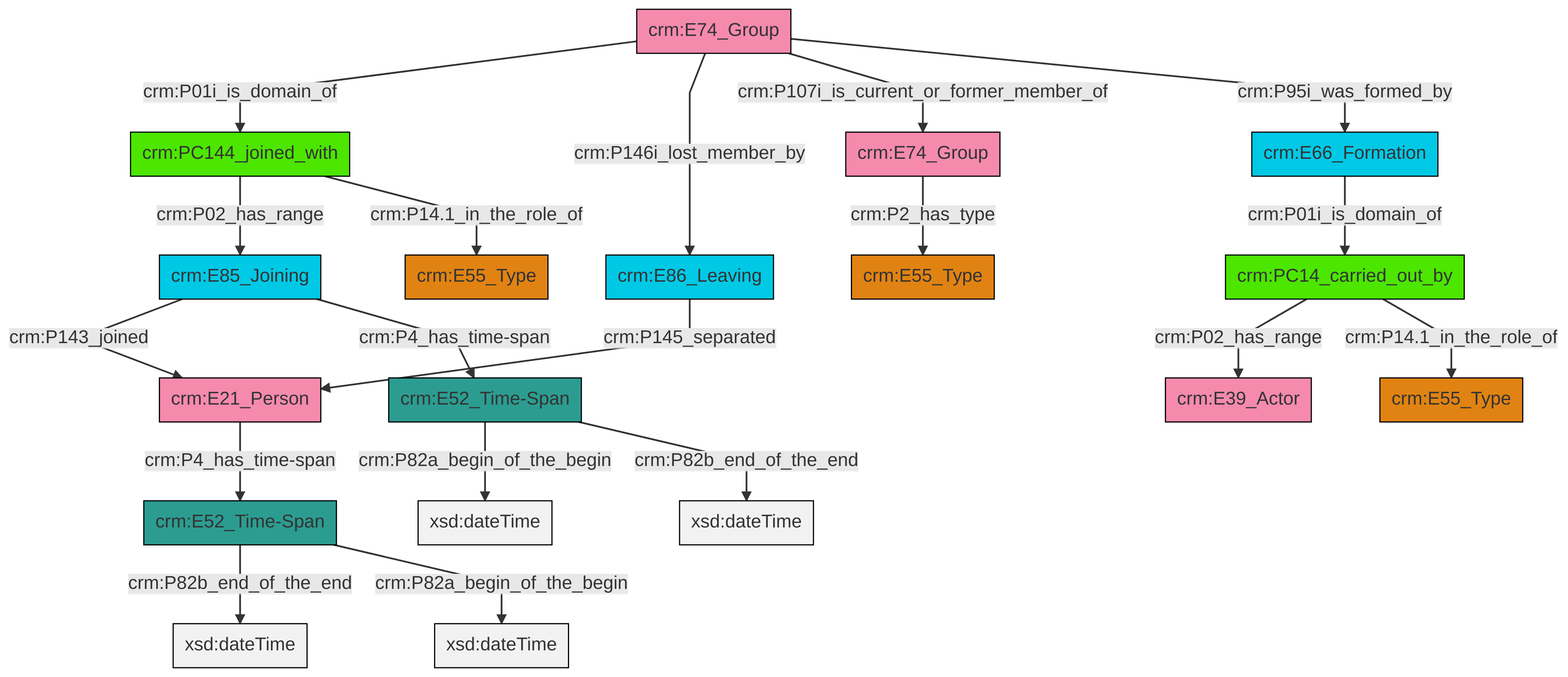
The Mermaid diagram et/groupCSV/ttl/mmd/png/group_actor_relations.png in swiss-art-research-net/docs.swissartresearch, before a commit. Its source is kept beside it as et/groupCSV/ttl/mmd/group_actor_relations.ttl.mmd.
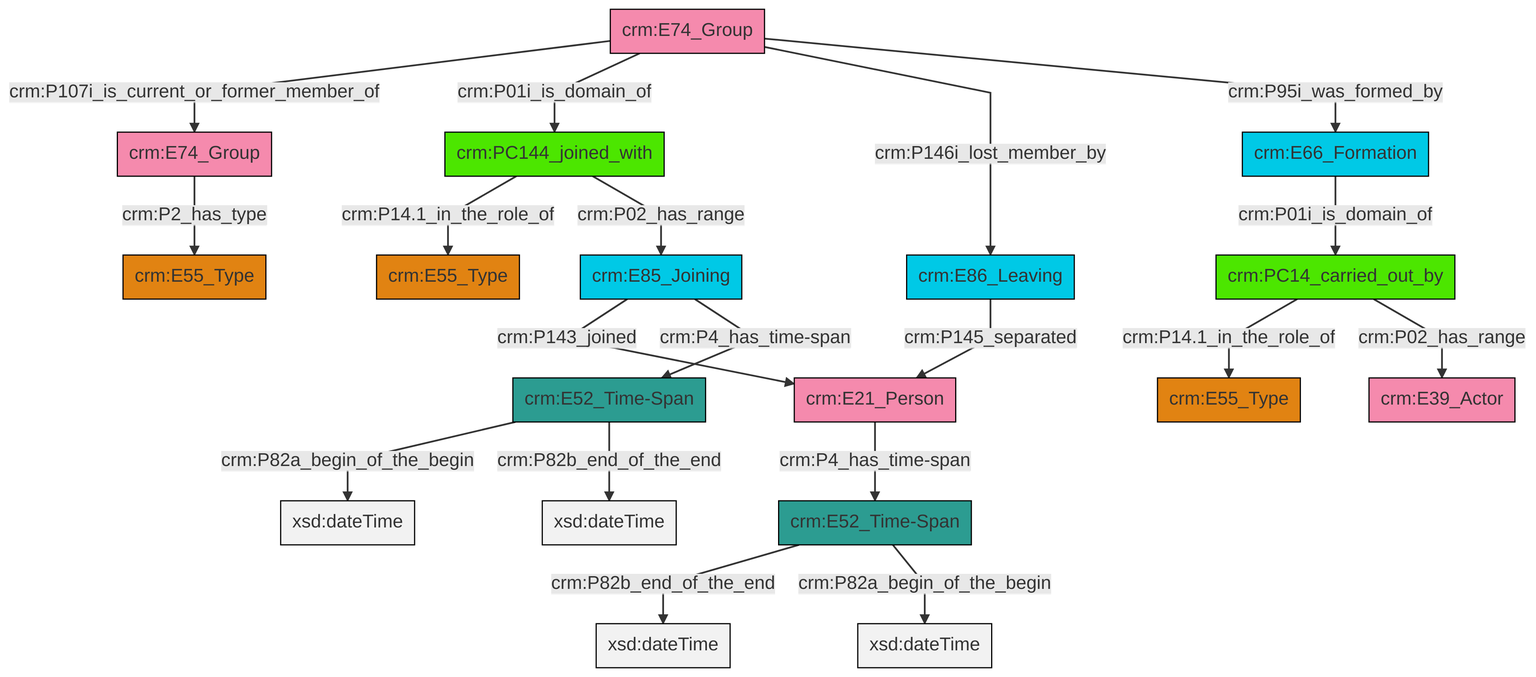
The same diagram one commit later.

The edit, as a diff of the source:
```diff
@@ -13,21 +13,21 @@
 classDef PC_Classes fill:#4ce600, stroke:#000000;
 classDef Multi fill:#cccccc,stroke:#000000;
 
-4["crm:E85_Joining"]:::Temporal_Entity -->|crm:P143_joined| 5["crm:E21_Person"]:::Actor
-6["crm:PC14_carried_out_by"]:::PC_Classes -->|crm:P02_has_range| 7["crm:E39_Actor"]:::Actor
-16["crm:E66_Formation"]:::Temporal_Entity -->|crm:P01i_is_domain_of| 6["crm:PC14_carried_out_by"]:::PC_Classes
-6["crm:PC14_carried_out_by"]:::PC_Classes -->|crm:P14.1_in_the_role_of| 17["crm:E55_Type"]:::Type
-18["crm:E52_Time-Span"]:::Time-Span -->|crm:P82a_begin_of_the_begin| 20[xsd:dateTime]:::Literal
-10["crm:E52_Time-Span"]:::Time-Span -->|crm:P82b_end_of_the_end| 21[xsd:dateTime]:::Literal
-2["crm:E86_Leaving"]:::Temporal_Entity -->|crm:P145_separated| 5["crm:E21_Person"]:::Actor
-18["crm:E52_Time-Span"]:::Time-Span -->|crm:P82b_end_of_the_end| 23[xsd:dateTime]:::Literal
-12["crm:PC144_joined_with"]:::PC_Classes -->|crm:P02_has_range| 4["crm:E85_Joining"]:::Temporal_Entity
-8["crm:E74_Group"]:::Actor -->|crm:P01i_is_domain_of| 12["crm:PC144_joined_with"]:::PC_Classes
-5["crm:E21_Person"]:::Actor -->|crm:P4_has_time-span| 10["crm:E52_Time-Span"]:::Time-Span
-8["crm:E74_Group"]:::Actor -->|crm:P146i_lost_member_by| 2["crm:E86_Leaving"]:::Temporal_Entity
-4["crm:E85_Joining"]:::Temporal_Entity -->|crm:P4_has_time-span| 18["crm:E52_Time-Span"]:::Time-Span
-8["crm:E74_Group"]:::Actor -->|crm:P107i_is_current_or_former_member_of| 14["crm:E74_Group"]:::Actor
-10["crm:E52_Time-Span"]:::Time-Span -->|crm:P82a_begin_of_the_begin| 34[xsd:dateTime]:::Literal
-12["crm:PC144_joined_with"]:::PC_Classes -->|crm:P14.1_in_the_role_of| 30["crm:E55_Type"]:::Type
-8["crm:E74_Group"]:::Actor -->|crm:P95i_was_formed_by| 16["crm:E66_Formation"]:::Temporal_Entity
-14["crm:E74_Group"]:::Actor -->|crm:P2_has_type| 0["crm:E55_Type"]:::Type
+6["crm:E74_Group"]:::Actor -->|crm:P107i_is_current_or_former_member_of| 7["crm:E74_Group"]:::Actor
+6["crm:E74_Group"]:::Actor -->|crm:P01i_is_domain_of| 8["crm:PC144_joined_with"]:::PC_Classes
+6["crm:E74_Group"]:::Actor -->|crm:P146i_lost_member_by| 14["crm:E86_Leaving"]:::Temporal_Entity
+19["crm:E85_Joining"]:::Temporal_Entity -->|crm:P143_joined| 20["crm:E21_Person"]:::Actor
+17["crm:E52_Time-Span"]:::Time-Span -->|crm:P82b_end_of_the_end| 21[xsd:dateTime]:::Literal
+6["crm:E74_Group"]:::Actor -->|crm:P95i_was_formed_by| 15["crm:E66_Formation"]:::Temporal_Entity
+4["crm:E52_Time-Span"]:::Time-Span -->|crm:P82a_begin_of_the_begin| 24[xsd:dateTime]:::Literal
+14["crm:E86_Leaving"]:::Temporal_Entity -->|crm:P145_separated| 20["crm:E21_Person"]:::Actor
+8["crm:PC144_joined_with"]:::PC_Classes -->|crm:P14.1_in_the_role_of| 22["crm:E55_Type"]:::Type
+20["crm:E21_Person"]:::Actor -->|crm:P4_has_time-span| 17["crm:E52_Time-Span"]:::Time-Span
+19["crm:E85_Joining"]:::Temporal_Entity -->|crm:P4_has_time-span| 4["crm:E52_Time-Span"]:::Time-Span
+4["crm:E52_Time-Span"]:::Time-Span -->|crm:P82b_end_of_the_end| 26[xsd:dateTime]:::Literal
+17["crm:E52_Time-Span"]:::Time-Span -->|crm:P82a_begin_of_the_begin| 28[xsd:dateTime]:::Literal
+0["crm:PC14_carried_out_by"]:::PC_Classes -->|crm:P14.1_in_the_role_of| 9["crm:E55_Type"]:::Type
+7["crm:E74_Group"]:::Actor -->|crm:P2_has_type| 12["crm:E55_Type"]:::Type
+0["crm:PC14_carried_out_by"]:::PC_Classes -->|crm:P02_has_range| 2["crm:E39_Actor"]:::Actor
+15["crm:E66_Formation"]:::Temporal_Entity -->|crm:P01i_is_domain_of| 0["crm:PC14_carried_out_by"]:::PC_Classes
+8["crm:PC144_joined_with"]:::PC_Classes -->|crm:P02_has_range| 19["crm:E85_Joining"]:::Temporal_Entity
```
